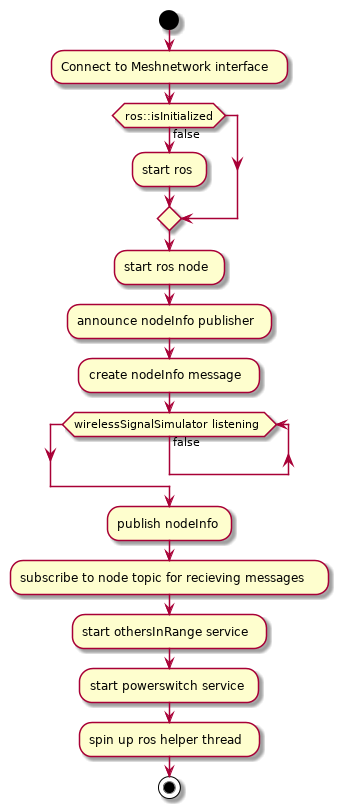
Earlier version of the PlantUML export Docs/DesignDocumenten/UML/out/ros/activity/StartAntenna/StartAntenna.png (mauriceberentsen/Automated-Drone-Distribution-Network). Source of this version:
```plantuml
@startuml
|VirtualNRF24|
start
:Connect to Meshnetwork interface;
if(ros::isInitialized) then (false)
:start ros;
endif
:start ros node;
:announce nodeInfo publisher;
:create nodeInfo message;
while (wirelessSignalSimulator listening) is (false)
endwhile
:publish nodeInfo;
:subscribe to node topic for recieving messages;
:start othersInRange service;
:start powerswitch service;
:spin up ros helper thread;
stop
@enduml
```
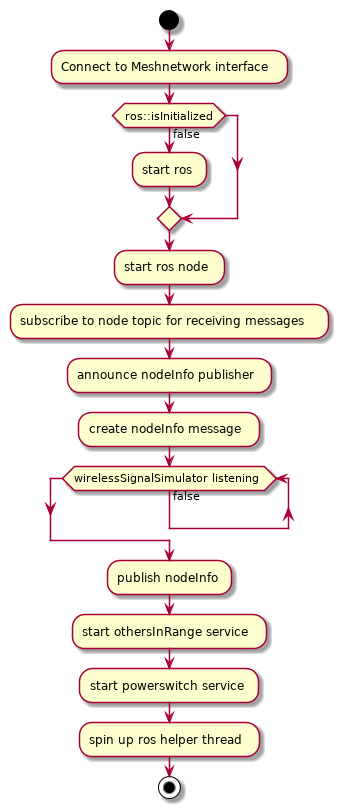
Later version of the same file.

Diff of the diagram source:
```diff
@@ -6,12 +6,12 @@
 :start ros;
 endif
 :start ros node;
+:subscribe to node topic for receiving messages;
 :announce nodeInfo publisher;
 :create nodeInfo message;
 while (wirelessSignalSimulator listening) is (false)
 endwhile
 :publish nodeInfo;
-:subscribe to node topic for recieving messages;
 :start othersInRange service;
 :start powerswitch service;
 :spin up ros helper thread;
```
